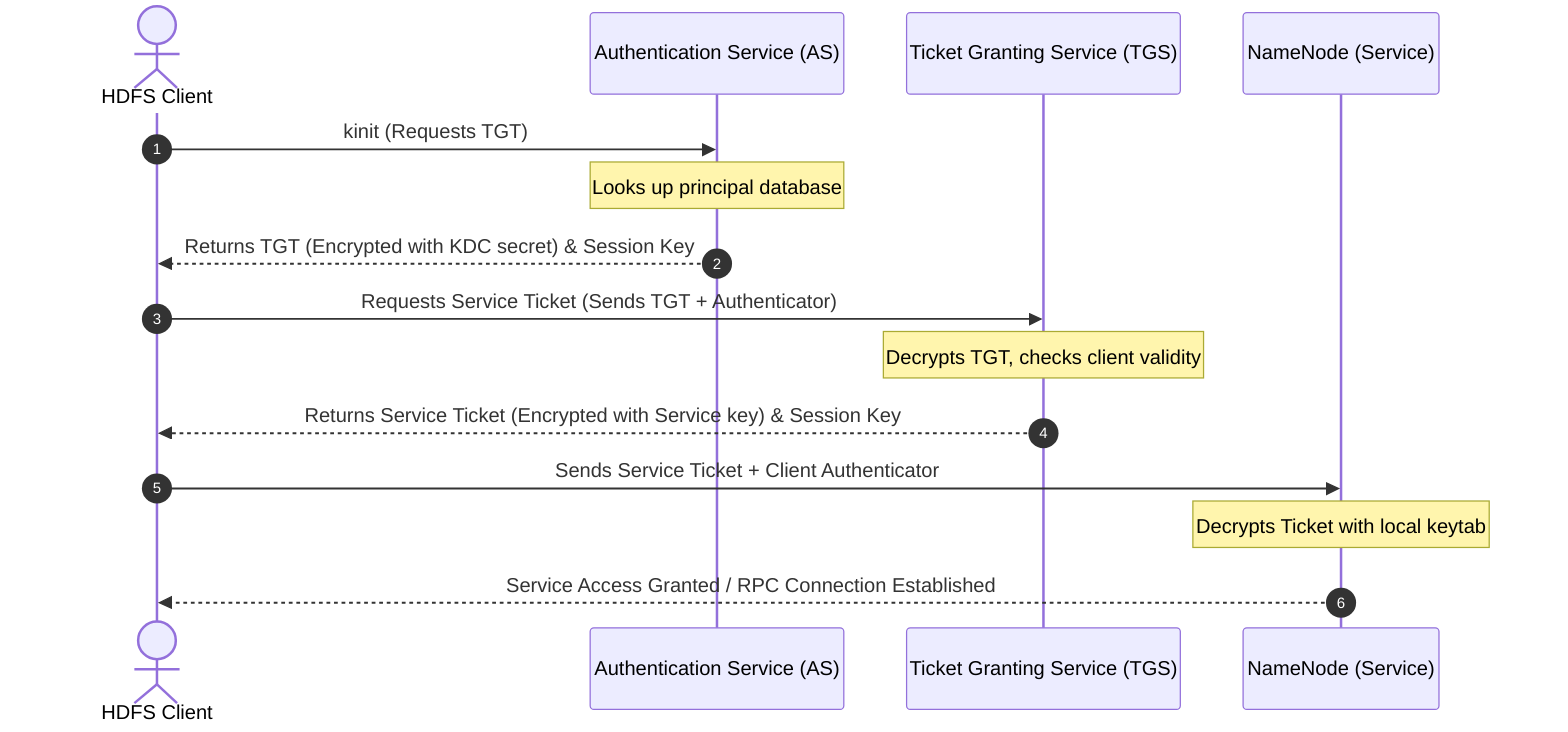
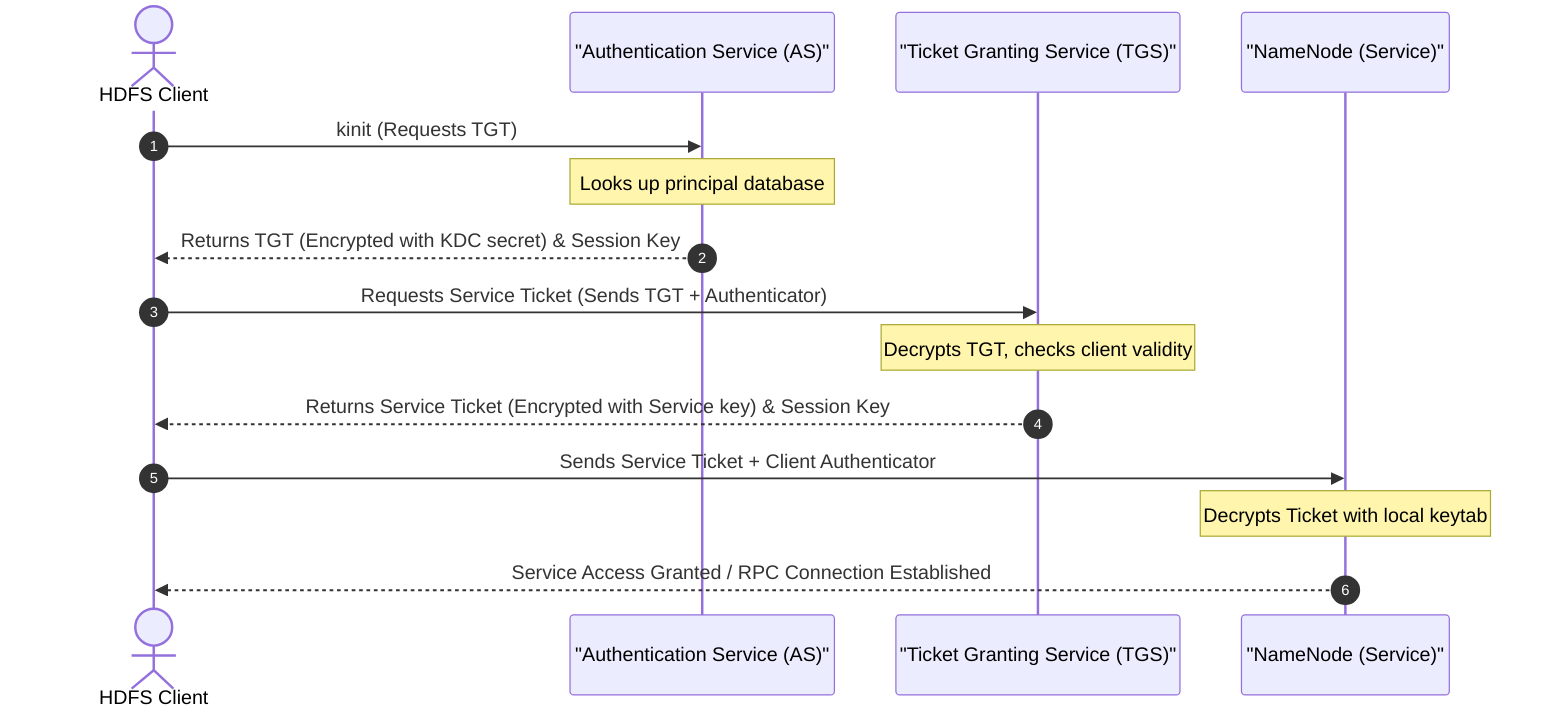
sequenceDiagram
    autonumber
    actor Client as HDFS Client
-     participant AS as Authentication Service (AS)
-     participant TGS as Ticket Granting Service (TGS)
-     participant Service as NameNode (Service)
+     participant AS as "Authentication Service (AS)"
+     participant TGS as "Ticket Granting Service (TGS)"
+     participant Service as "NameNode (Service)"

    Client->>AS: kinit (Requests TGT)
    Note over AS: Looks up principal database
    AS-->>Client: Returns TGT (Encrypted with KDC secret) & Session Key

    Client->>TGS: Requests Service Ticket (Sends TGT + Authenticator)
    Note over TGS: Decrypts TGT, checks client validity
    TGS-->>Client: Returns Service Ticket (Encrypted with Service key) & Session Key

    Client->>Service: Sends Service Ticket + Client Authenticator
    Note over Service: Decrypts Ticket with local keytab
    Service-->>Client: Service Access Granted / RPC Connection Established
